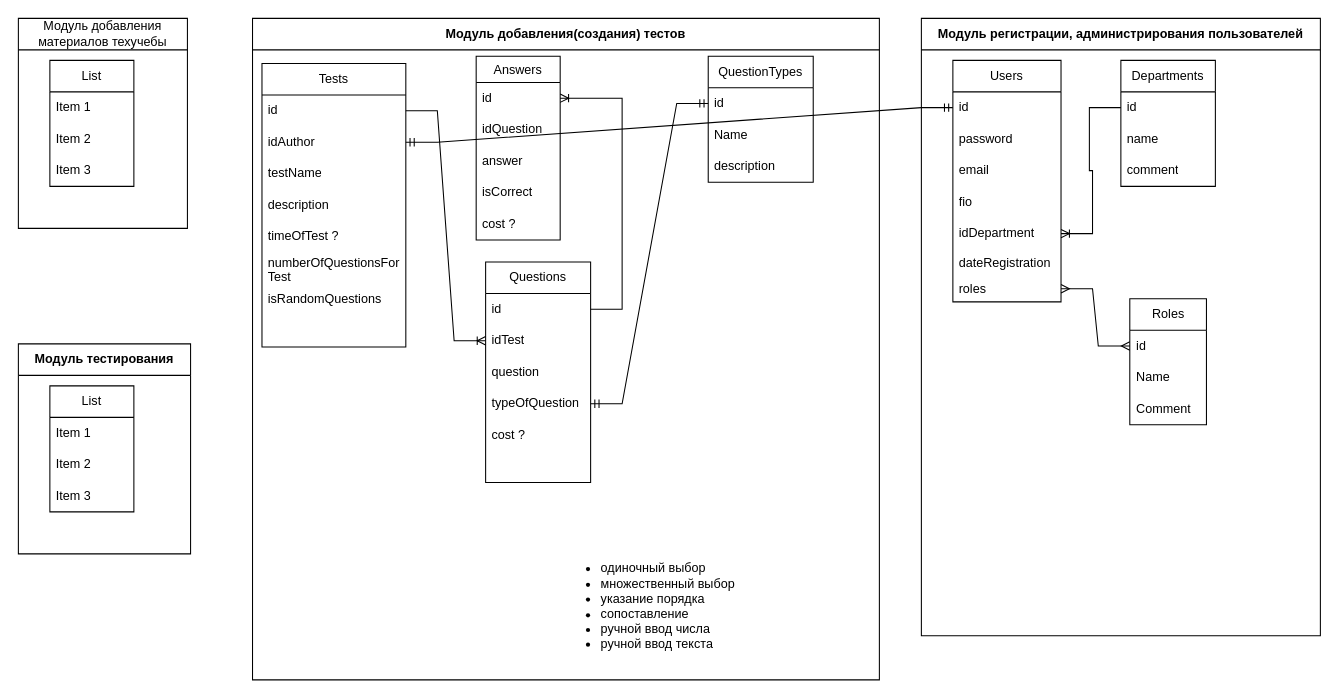
The draw.io diagram техучеба.drawio in djbobah/testing, before the edit. Source tidied: cells renumbered, new cells numbered last; positions are measured from the earlier drawing's top-left corner, leaving out a move shared by most shapes. Both pictures are drawn from the tidied source at 105%, with x=0, y=0 at pixel (18, 18).
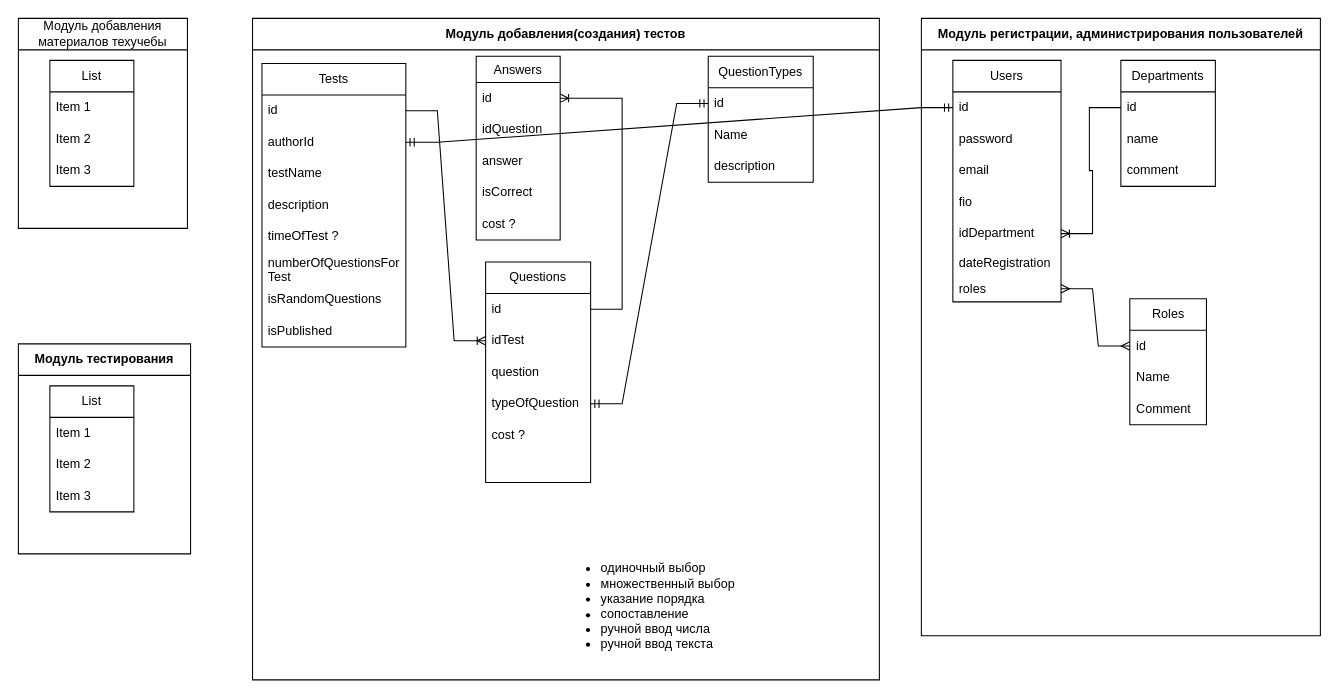
Above is the later version.

Unchanged cells that the change refers to:
```xml
<mxCell id="8" value="Tests" style="swimlane;fontStyle=0;horizontal=1;startSize=30;whiteSpace=wrap;html=1;" parent="7" vertex="1">
  <mxGeometry x="9" y="43" width="137" height="270" as="geometry" />
</mxCell>
```

Change to the diagram source:
```diff
@@
-    <mxCell id="10" value="idAuthor" style="text;strokeColor=none;fillColor=none;align=left;verticalAlign=middle;spacingLeft=4;spacingRight=4;overflow=hidden;points=[[0,0.5],[1,0.5]];portConstraint=eastwest;whiteSpace=wrap;html=1;" parent="8" vertex="1">
+    <mxCell id="10" value="authorId" style="text;strokeColor=none;fillColor=none;align=left;verticalAlign=middle;spacingLeft=4;spacingRight=4;overflow=hidden;points=[[0,0.5],[1,0.5]];portConstraint=eastwest;whiteSpace=wrap;html=1;" parent="8" vertex="1">
       <mxGeometry y="60" width="137" height="30" as="geometry" />
     </mxCell>
@@
-    <mxCell id="16" style="text;strokeColor=none;fillColor=none;align=left;verticalAlign=middle;spacingLeft=4;spacingRight=4;overflow=hidden;whiteSpace=wrap;html=1;" parent="8" vertex="1">
+    <mxCell id="16" value="isPublished" style="text;strokeColor=none;fillColor=none;align=left;verticalAlign=middle;spacingLeft=4;spacingRight=4;overflow=hidden;whiteSpace=wrap;html=1;" parent="8" vertex="1">
       <mxGeometry y="240" width="137" height="30" as="geometry" />
     </mxCell>
```
